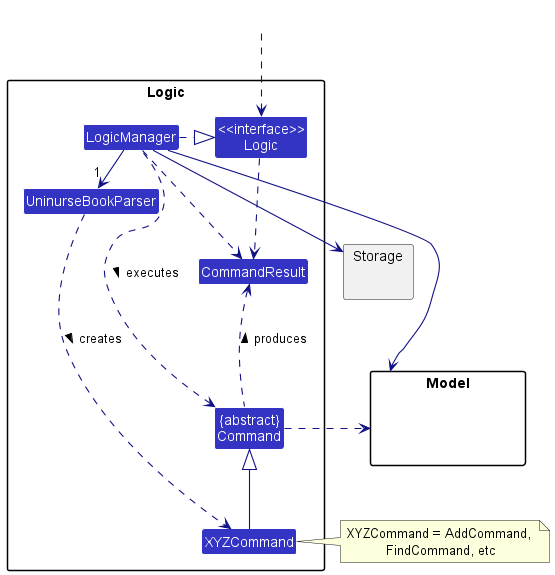
This is docs/images/LogicClassDiagram.png from nus-cs2103-AY2223S1/tp, a PlantUML export, as it was before one commit.
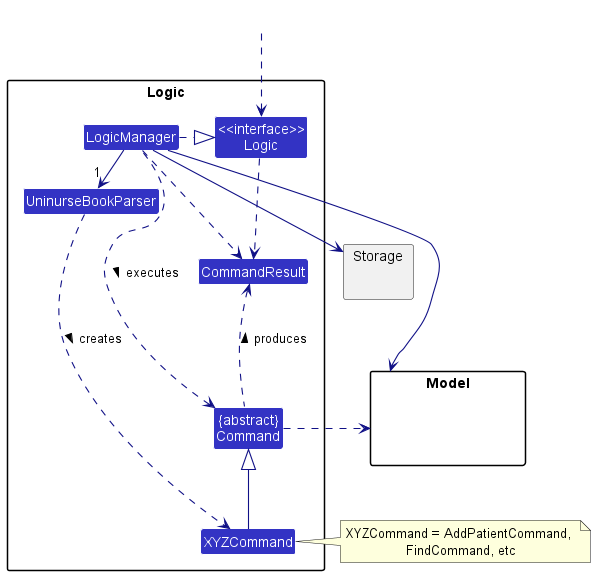
After the change.

Commit message:
Update Logic component in DG

Change to the diagram source:
```diff
@@ -38,7 +38,7 @@
 Storage --[hidden] Model
 Command .[hidden]up.> Storage
 Command .right.> Model
-note right of XYZCommand: XYZCommand = AddCommand, \nFindCommand, etc
+note right of XYZCommand: XYZCommand = AddPatientCommand, \nFindCommand, etc
 
 Logic ..> CommandResult
 LogicManager .down.> CommandResult
```
